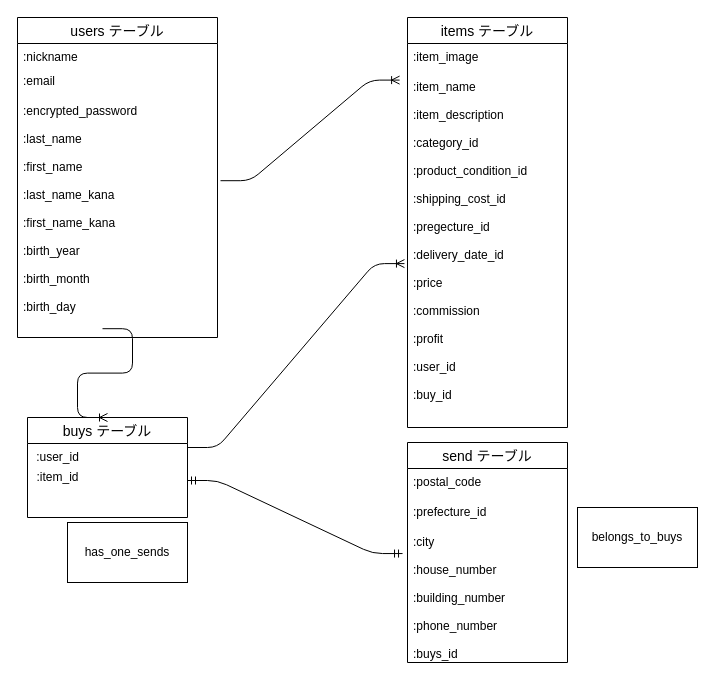
This is er.dio from miyukiimai/furima-36052, a draw.io file, before an edit. Source tidied: cells renumbered, new cells numbered last; positions are measured from the earlier drawing's top-left corner, leaving out a move shared by most shapes. Both pictures are drawn from the tidied source at 100%, with x=0, y=0 at pixel (17, 17).
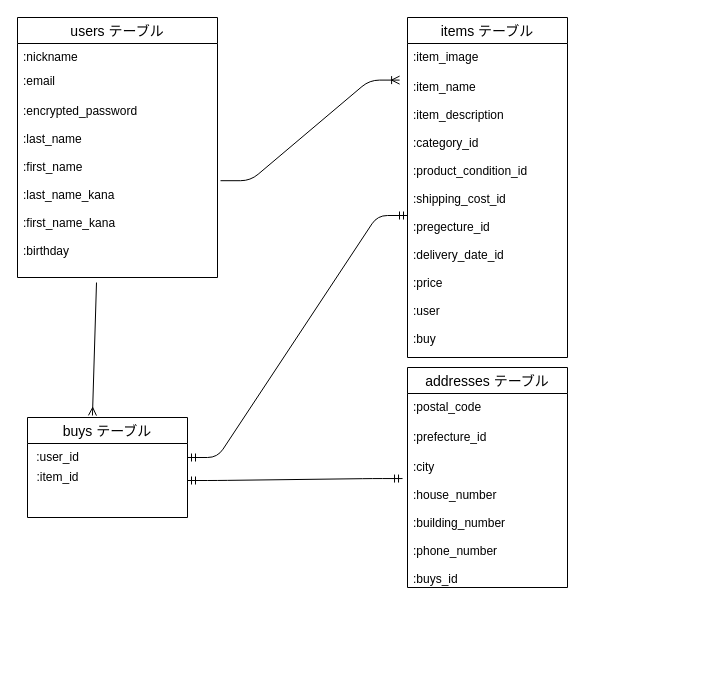
After the change.

Unchanged cells that the change refers to:
```xml
<mxCell id="2" value="buys テーブル" style="swimlane;fontStyle=0;horizontal=1;startSize=26;align=center;fontSize=14;" parent="1" vertex="1">
  <mxGeometry x="10" y="400" width="160" height="100" as="geometry" />
</mxCell>
```

What changed in the source:
```diff
@@
     <mxCell id="3" value="users テーブル" style="swimlane;fontStyle=0;horizontal=1;startSize=26;align=center;fontSize=14;" parent="1" vertex="1">
-      <mxGeometry width="200" height="320" as="geometry" />
+      <mxGeometry width="200" height="260" as="geometry" />
     </mxCell>
@@
-    <mxCell id="6" value=":encrypted_password&#10;&#10;:last_name&#10;&#10;:first_name&#10;&#10;:last_name_kana&#10;&#10;:first_name_kana&#10;&#10;:birth_year&#10;&#10;:birth_month&#10;&#10;:birth_day&#10;" style="text;strokeColor=none;fillColor=none;spacingLeft=4;spacingRight=4;overflow=hidden;points=[[0,0.5],[1,0.5]];portConstraint=eastwest;fontSize=12;" parent="3" vertex="1">
-      <mxGeometry y="80" width="200" height="240" as="geometry" />
+    <mxCell id="6" value=":encrypted_password&#10;&#10;:last_name&#10;&#10;:first_name&#10;&#10;:last_name_kana&#10;&#10;:first_name_kana&#10;&#10;:birthday&#10;" style="text;strokeColor=none;fillColor=none;spacingLeft=4;spacingRight=4;overflow=hidden;points=[[0,0.5],[1,0.5]];portConstraint=eastwest;fontSize=12;" parent="3" vertex="1">
+      <mxGeometry y="80" width="200" height="180" as="geometry" />
     </mxCell>
-    <mxCell id="7" value="send テーブル" style="swimlane;fontStyle=0;horizontal=1;startSize=26;align=center;fontSize=14;" parent="1" vertex="1">
-      <mxGeometry x="390" y="425" width="160" height="220" as="geometry" />
+    <mxCell id="7" value="addresses テーブル" style="swimlane;fontStyle=0;horizontal=1;startSize=26;align=center;fontSize=14;" parent="1" vertex="1">
+      <mxGeometry x="390" y="350" width="160" height="220" as="geometry" />
     </mxCell>
@@
-    <mxCell id="12" style="edgeStyle=entityRelationEdgeStyle;fontSize=12;html=1;endArrow=ERoneToMany;exitX=0.425;exitY=1.006;exitDx=0;exitDy=0;exitPerimeter=0;entryX=0.5;entryY=0;entryDx=0;entryDy=0;" parent="1" edge="1" target="2">
-      <mxGeometry relative="1" as="geometry">
-        <mxPoint x="85" y="311.2" as="sourcePoint" />
-      </mxGeometry>
-    </mxCell>
@@
     <mxCell id="14" value="items テーブル" style="swimlane;fontStyle=0;horizontal=1;startSize=26;align=center;fontSize=14;" parent="1" vertex="1">
-      <mxGeometry x="390" width="160" height="410" as="geometry" />
+      <mxGeometry x="390" width="160" height="340" as="geometry" />
     </mxCell>
@@
-    <mxCell id="16" value=":item_name&#10;&#10;:item_description&#10;&#10;:category_id&#10;&#10;:product_condition_id&#10;&#10;:shipping_cost_id&#10;&#10;:pregecture_id&#10;&#10;:delivery_date_id&#10;&#10;:price&#10;&#10;:commission&#10;&#10;:profit&#10;&#10;:user_id&#10;&#10;:buy_id&#10;&#10;" style="text;strokeColor=none;fillColor=none;spacingLeft=4;spacingRight=4;overflow=hidden;points=[[0,0.5],[1,0.5]];portConstraint=eastwest;fontSize=12;" parent="14" vertex="1">
-      <mxGeometry y="56" width="160" height="354" as="geometry" />
+    <mxCell id="16" value=":item_name&#10;&#10;:item_description&#10;&#10;:category_id&#10;&#10;:product_condition_id&#10;&#10;:shipping_cost_id&#10;&#10;:pregecture_id&#10;&#10;:delivery_date_id&#10;&#10;:price&#10;&#10;:user&#10;&#10;:buy&#10;&#10;" style="text;strokeColor=none;fillColor=none;spacingLeft=4;spacingRight=4;overflow=hidden;points=[[0,0.5],[1,0.5]];portConstraint=eastwest;fontSize=12;" parent="14" vertex="1">
+      <mxGeometry y="56" width="160" height="284" as="geometry" />
     </mxCell>
@@
-    <mxCell id="19" style="edgeStyle=entityRelationEdgeStyle;fontSize=12;html=1;endArrow=ERoneToMany;entryX=-0.019;entryY=0.537;entryDx=0;entryDy=0;entryPerimeter=0;" parent="1" edge="1" target="16">
-      <mxGeometry relative="1" as="geometry">
-        <mxPoint x="170" y="430" as="sourcePoint" />
-      </mxGeometry>
-    </mxCell>
-    <mxCell id="20" value="has_one_sends" style="whiteSpace=wrap;html=1;" parent="1" vertex="1">
-      <mxGeometry x="50" y="505" width="120" height="60" as="geometry" />
-    </mxCell>
-    <mxCell id="21" value="belongs_to_buys" style="whiteSpace=wrap;html=1;" parent="1" vertex="1">
-      <mxGeometry x="560" y="490" width="120" height="60" as="geometry" />
-    </mxCell>
+    <mxCell id="22" style="fontSize=12;html=1;endArrow=ERmany;exitX=0.395;exitY=1.028;exitDx=0;exitDy=0;exitPerimeter=0;entryX=0.406;entryY=-0.02;entryDx=0;entryDy=0;entryPerimeter=0;" parent="1" edge="1" source="6" target="2">
+      <mxGeometry relative="1" as="geometry" />
+    </mxCell>
+    <mxCell id="23" style="edgeStyle=entityRelationEdgeStyle;fontSize=12;html=1;endArrow=ERmandOne;startArrow=ERmandOne;entryX=0;entryY=0.5;entryDx=0;entryDy=0;" parent="1" edge="1" target="16">
+      <mxGeometry relative="1" as="geometry">
+        <mxPoint x="170" y="440" as="sourcePoint" />
+      </mxGeometry>
+    </mxCell>
```
